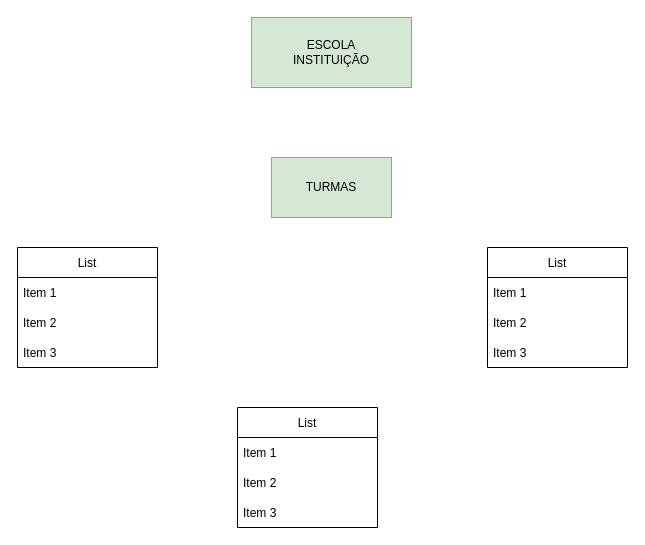
Earlier version of the draw.io diagram DiagramaDeClasse-POOII.drawio (alinealien/diagrama-de-classes-pooII). Source tidied: cells renumbered, new cells numbered last; positions are measured from the earlier drawing's top-left corner, leaving out a move shared by most shapes. Both pictures are drawn from the tidied source at 100%, with x=0, y=0 at pixel (17, 17).
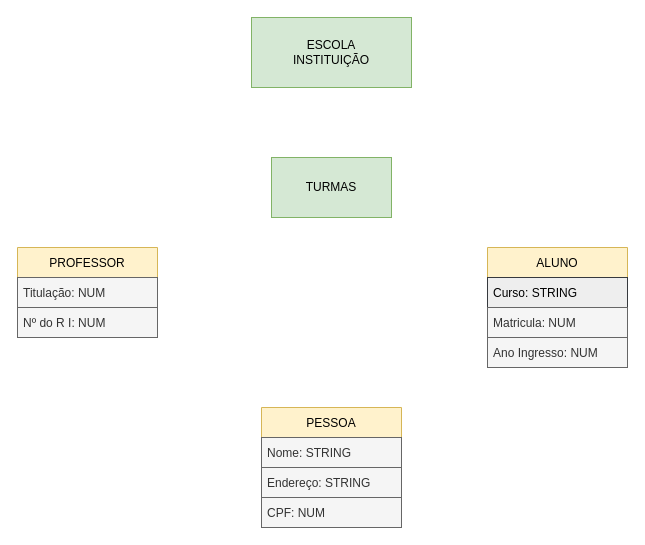
Above is the later version.

Diff of the diagram source:
```diff
@@
 <mxGraphModel>
   <root>
     <mxCell id="0" />
     <mxCell id="1" parent="0" />
     <mxCell id="2" value="&lt;div&gt;ESCOLA&lt;/div&gt;&lt;div&gt;INSTITUIÇÃO&lt;br&gt;&lt;/div&gt;" style="rounded=0;whiteSpace=wrap;html=1;fillColor=#d5e8d4;strokeColor=#82b366;" parent="1" vertex="1">
       <mxGeometry x="234" width="160" height="70" as="geometry" />
     </mxCell>
     <mxCell id="3" value="TURMAS" style="rounded=0;whiteSpace=wrap;html=1;fillColor=#d5e8d4;strokeColor=#82b366;" parent="1" vertex="1">
       <mxGeometry x="254" y="140" width="120" height="60" as="geometry" />
     </mxCell>
-    <mxCell id="4" value="List" style="swimlane;fontStyle=0;horizontal=1;startSize=30;" parent="1" vertex="1">
-      <mxGeometry y="230" width="140" height="120" as="geometry" />
+    <mxCell id="4" value="PROFESSOR" style="swimlane;fontStyle=0;horizontal=1;startSize=30;fillColor=#fff2cc;strokeColor=#d6b656;" parent="1" vertex="1">
+      <mxGeometry y="230" width="140" height="90" as="geometry" />
     </mxCell>
-    <mxCell id="5" value="Item 1" style="text;strokeColor=none;fillColor=none;align=left;verticalAlign=middle;spacingLeft=4;spacingRight=4;overflow=hidden;" parent="4" vertex="1">
+    <mxCell id="5" value="Titulação: NUM" style="text;strokeColor=#666666;fillColor=#f5f5f5;align=left;verticalAlign=middle;spacingLeft=4;spacingRight=4;overflow=hidden;fontColor=#333333;" parent="4" vertex="1">
       <mxGeometry y="30" width="140" height="30" as="geometry" />
     </mxCell>
-    <mxCell id="6" value="Item 2" style="text;strokeColor=none;fillColor=none;align=left;verticalAlign=middle;spacingLeft=4;spacingRight=4;overflow=hidden;" parent="4" vertex="1">
+    <mxCell id="6" value="Nº do R I: NUM" style="text;strokeColor=#666666;fillColor=#f5f5f5;align=left;verticalAlign=middle;spacingLeft=4;spacingRight=4;overflow=hidden;fontColor=#333333;" parent="4" vertex="1">
       <mxGeometry y="60" width="140" height="30" as="geometry" />
     </mxCell>
-    <mxCell id="7" value="Item 3" style="text;strokeColor=none;fillColor=none;align=left;verticalAlign=middle;spacingLeft=4;spacingRight=4;overflow=hidden;" parent="4" vertex="1">
-      <mxGeometry y="90" width="140" height="30" as="geometry" />
-    </mxCell>
-    <mxCell id="8" value="List" style="swimlane;fontStyle=0;horizontal=1;startSize=30;" parent="1" vertex="1">
+    <mxCell id="8" value="ALUNO" style="swimlane;fontStyle=0;horizontal=1;startSize=30;fillColor=#fff2cc;strokeColor=#d6b656;" parent="1" vertex="1">
       <mxGeometry x="470" y="230" width="140" height="120" as="geometry" />
     </mxCell>
-    <mxCell id="9" value="Item 1" style="text;strokeColor=none;fillColor=none;align=left;verticalAlign=middle;spacingLeft=4;spacingRight=4;overflow=hidden;" parent="8" vertex="1">
+    <mxCell id="9" value="Curso: STRING" style="text;align=left;verticalAlign=middle;spacingLeft=4;spacingRight=4;overflow=hidden;fillColor=#eeeeee;strokeColor=#36393d;" parent="8" vertex="1">
       <mxGeometry y="30" width="140" height="30" as="geometry" />
     </mxCell>
-    <mxCell id="10" value="Item 2" style="text;strokeColor=none;fillColor=none;align=left;verticalAlign=middle;spacingLeft=4;spacingRight=4;overflow=hidden;" parent="8" vertex="1">
-      <mxGeometry y="60" width="140" height="30" as="geometry" />
-    </mxCell>
-    <mxCell id="11" value="Item 3" style="text;strokeColor=none;fillColor=none;align=left;verticalAlign=middle;spacingLeft=4;spacingRight=4;overflow=hidden;" parent="8" vertex="1">
-      <mxGeometry y="90" width="140" height="30" as="geometry" />
+    <mxCell id="11" value="Matricula: NUM" style="text;strokeColor=#666666;fillColor=#f5f5f5;align=left;verticalAlign=middle;spacingLeft=4;spacingRight=4;overflow=hidden;fontColor=#333333;" parent="8" vertex="1">
+      <mxGeometry y="60" width="140" height="30" as="geometry" />
     </mxCell>
+    <mxCell id="16" value="Ano Ingresso: NUM" style="text;strokeColor=#666666;fillColor=#f5f5f5;align=left;verticalAlign=middle;spacingLeft=4;spacingRight=4;overflow=hidden;fontColor=#333333;" parent="8" vertex="1">
+      <mxGeometry y="90" width="140" height="30" as="geometry" />
+    </mxCell>
-    <mxCell id="12" value="List" style="swimlane;fontStyle=0;horizontal=1;startSize=30;" parent="1" vertex="1">
-      <mxGeometry x="220" y="390" width="140" height="120" as="geometry" />
+    <mxCell id="12" value="PESSOA" style="swimlane;fontStyle=0;horizontal=1;startSize=30;fillColor=#fff2cc;strokeColor=#d6b656;" parent="1" vertex="1">
+      <mxGeometry x="244" y="390" width="140" height="120" as="geometry" />
     </mxCell>
-    <mxCell id="13" value="Item 1" style="text;strokeColor=none;fillColor=none;align=left;verticalAlign=middle;spacingLeft=4;spacingRight=4;overflow=hidden;" parent="12" vertex="1">
+    <mxCell id="13" value="Nome: STRING" style="text;strokeColor=#666666;fillColor=#f5f5f5;align=left;verticalAlign=middle;spacingLeft=4;spacingRight=4;overflow=hidden;fontColor=#333333;" parent="12" vertex="1">
       <mxGeometry y="30" width="140" height="30" as="geometry" />
     </mxCell>
-    <mxCell id="14" value="Item 2" style="text;strokeColor=none;fillColor=none;align=left;verticalAlign=middle;spacingLeft=4;spacingRight=4;overflow=hidden;" parent="12" vertex="1">
+    <mxCell id="14" value="Endereço: STRING" style="text;strokeColor=#666666;fillColor=#f5f5f5;align=left;verticalAlign=middle;spacingLeft=4;spacingRight=4;overflow=hidden;fontColor=#333333;" parent="12" vertex="1">
       <mxGeometry y="60" width="140" height="30" as="geometry" />
     </mxCell>
-    <mxCell id="15" value="Item 3" style="text;strokeColor=none;fillColor=none;align=left;verticalAlign=middle;spacingLeft=4;spacingRight=4;overflow=hidden;" parent="12" vertex="1">
+    <mxCell id="15" value="CPF: NUM" style="text;strokeColor=#666666;fillColor=#f5f5f5;align=left;verticalAlign=middle;spacingLeft=4;spacingRight=4;overflow=hidden;fontColor=#333333;" parent="12" vertex="1">
       <mxGeometry y="90" width="140" height="30" as="geometry" />
     </mxCell>
   </root>
 </mxGraphModel>
```
